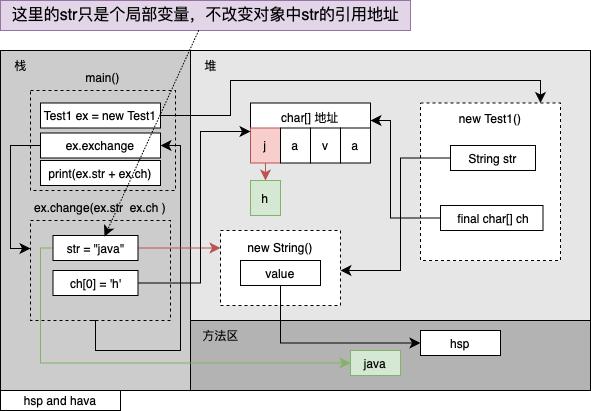
Above: drawio/StringExercise09.png in Stolorzs/Picgo (draw.io), before the change. Source tidied: cells renumbered, new cells last; positions are measured from the earlier drawing's top-left corner, leaving out a move shared by most shapes.
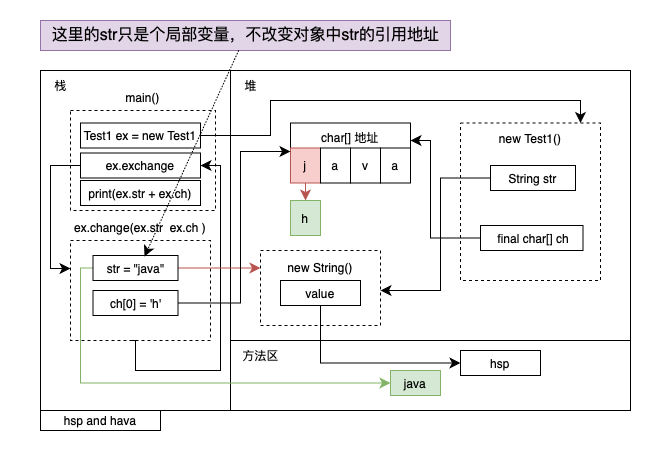
Above is the later version.

What changed in the source:
```diff
@@ -2,13 +2,16 @@
   <root>
     <mxCell id="0" />
     <mxCell id="1" parent="0" />
+    <mxCell id="41" style="rounded=0;whiteSpace=wrap;html=1;strokeColor=none;" parent="1" vertex="1">
+      <mxGeometry x="-40" y="-20" width="660" height="450" as="geometry" />
+    </mxCell>
-    <mxCell id="2" style="rounded=0;whiteSpace=wrap;html=1;labelBackgroundColor=none;fillColor=#B3B3B3;" parent="1" vertex="1">
+    <mxCell id="2" style="rounded=0;whiteSpace=wrap;html=1;labelBackgroundColor=none;" parent="1" vertex="1">
       <mxGeometry x="190" y="320" width="400" height="70" as="geometry" />
     </mxCell>
-    <mxCell id="3" style="rounded=0;whiteSpace=wrap;html=1;labelBackgroundColor=none;fillColor=#E6E6E6;" parent="1" vertex="1">
+    <mxCell id="3" style="rounded=0;whiteSpace=wrap;html=1;labelBackgroundColor=none;" parent="1" vertex="1">
       <mxGeometry x="190" y="50" width="400" height="270" as="geometry" />
     </mxCell>
-    <mxCell id="4" style="rounded=0;whiteSpace=wrap;html=1;labelBackgroundColor=none;fillColor=#CCCCCC;" parent="1" vertex="1">
+    <mxCell id="4" style="rounded=0;whiteSpace=wrap;html=1;labelBackgroundColor=none;" parent="1" vertex="1">
       <mxGeometry y="50" width="190" height="340" as="geometry" />
     </mxCell>
     <mxCell id="5" value="栈" style="text;html=1;align=center;verticalAlign=middle;strokeColor=none;fillColor=none;labelBackgroundColor=none;" parent="1" vertex="1">
```
